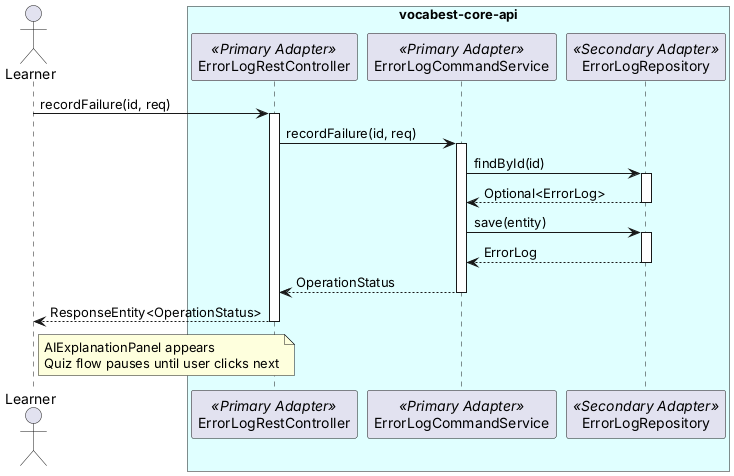
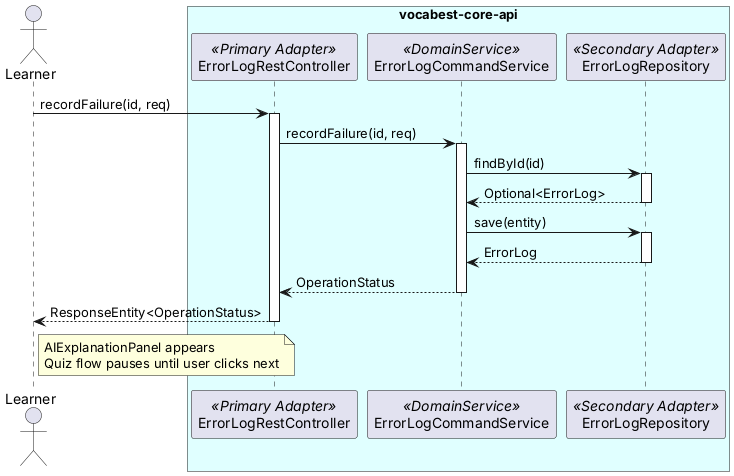
@startuml user-vocabest-core-api-ai-explanation-panel-on-incorrect-answer
!pragma layout smetana
skinparam packageStyle rectangle
skinparam defaultFontName Inter

actor Learner as Actor

box "vocabest-core-api" #LightCyan
  participant "ErrorLogRestController" as RestAdapter <<Primary Adapter>>
-   participant "ErrorLogCommandService" as ServicePort <<Primary Adapter>>
+   participant "ErrorLogCommandService" as ServicePort <<DomainService>>
  participant "ErrorLogRepository" as RepoAdapter <<Secondary Adapter>>
end box

Actor -> RestAdapter : recordFailure(id, req)
activate RestAdapter

RestAdapter -> ServicePort : recordFailure(id, req)
activate ServicePort

ServicePort -> RepoAdapter : findById(id)
activate RepoAdapter
RepoAdapter --> ServicePort : Optional<ErrorLog>
deactivate RepoAdapter

ServicePort -> RepoAdapter : save(entity)
activate RepoAdapter
RepoAdapter --> ServicePort : ErrorLog
deactivate RepoAdapter

ServicePort --> RestAdapter : OperationStatus
deactivate ServicePort

RestAdapter --> Actor : ResponseEntity<OperationStatus>
deactivate RestAdapter

note right of Actor
  AIExplanationPanel appears
  Quiz flow pauses until user clicks next
end note

@enduml
